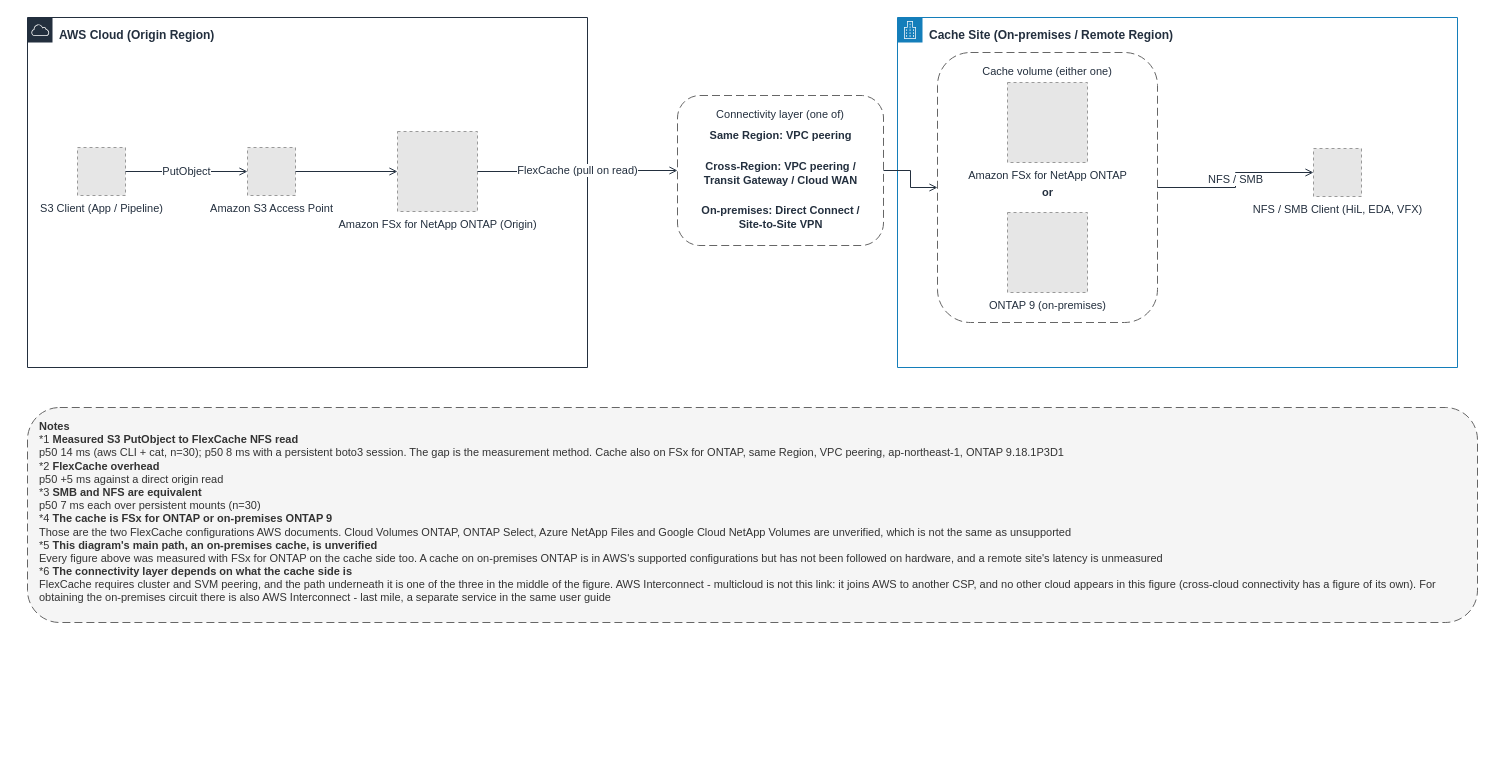
The draw.io diagram docs/_assets/diagrams/s3burst-architecture-overview-en.drawio in Yoshiki0705/S3-Burst-on-ONTAP-Files, before the edit. Source tidied: cells renumbered, new cells numbered last; positions are measured from the earlier drawing's top-left corner, leaving out a move shared by most shapes. Both pictures are drawn from the tidied source at 100%, with x=0, y=0 at pixel (27, 17). Pictures stored in the file or linked from it are replaced by grey dashed boxes.
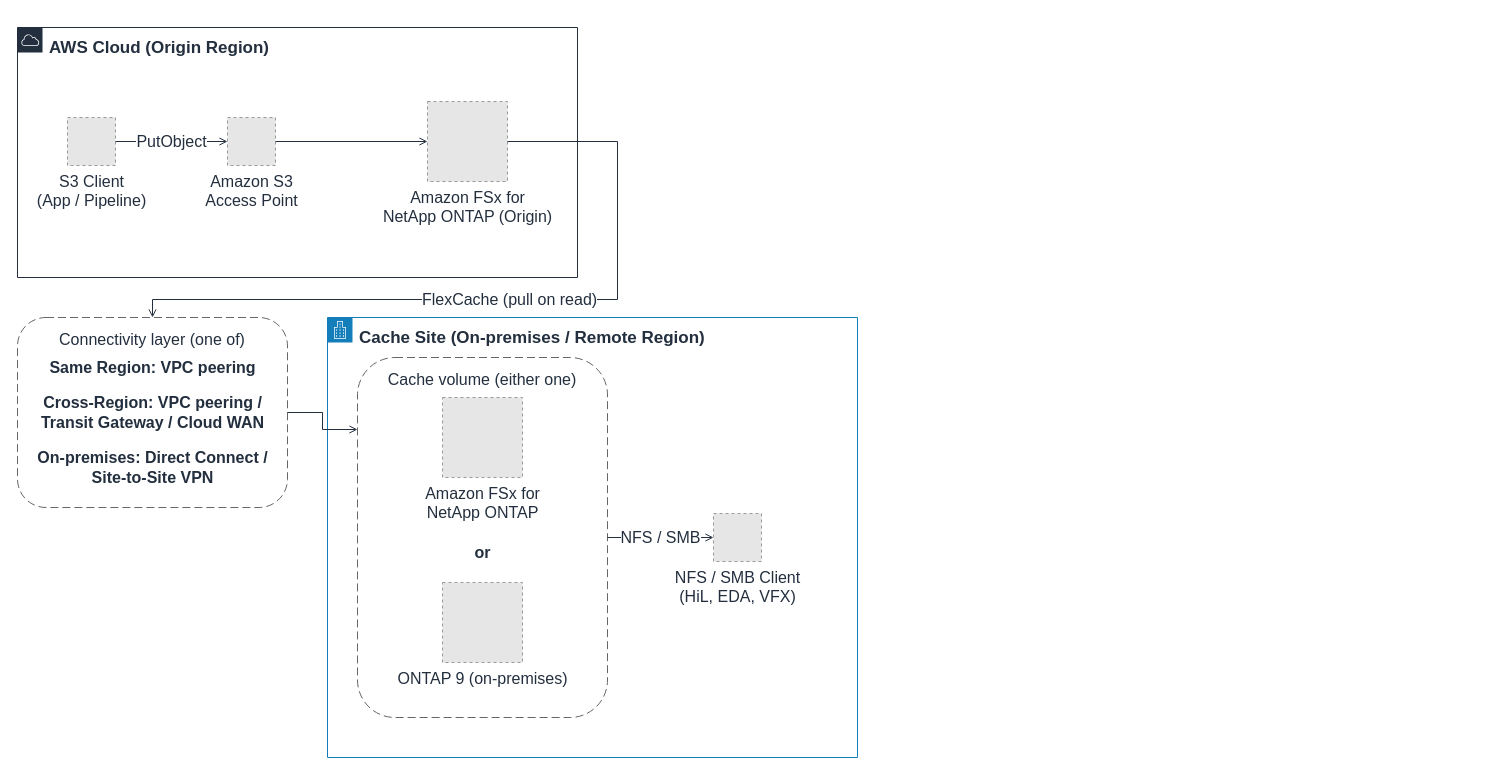
The same page after the edit.

What changed in the source:
```diff
@@
-    <mxCell id="2" value="AWS Cloud (Origin Region)" style="gradientColor=none;html=1;whiteSpace=wrap;fontSize=12;fontStyle=1;fontColor=#232F3E;shape=mxgraph.aws4.group;grIcon=mxgraph.aws4.group_aws_cloud;strokeColor=#232F3E;fillColor=none;verticalAlign=top;align=left;spacingLeft=30;spacingTop=4;dashed=0;" parent="1" vertex="1">
-      <mxGeometry width="560" height="350" as="geometry" />
+    <mxCell id="2" value="AWS Cloud (Origin Region)" style="gradientColor=none;html=1;whiteSpace=wrap;fontSize=17;fontStyle=1;fontColor=#232F3E;shape=mxgraph.aws4.group;grIcon=mxgraph.aws4.group_aws_cloud;strokeColor=#232F3E;fillColor=none;verticalAlign=top;align=left;spacingLeft=30;spacingTop=4;dashed=0;" parent="1" vertex="1">
+      <mxGeometry x="-10" y="10" width="560" height="250" as="geometry" />
     </mxCell>
-    <mxCell id="3" value="Cache Site (On-premises / Remote Region)" style="gradientColor=none;html=1;whiteSpace=wrap;fontSize=12;fontStyle=1;fontColor=#232F3E;shape=mxgraph.aws4.group;grIcon=mxgraph.aws4.group_corporate_data_center;strokeColor=#147EBA;fillColor=none;verticalAlign=top;align=left;spacingLeft=30;spacingTop=4;dashed=0;" parent="1" vertex="1">
-      <mxGeometry x="870" width="560" height="350" as="geometry" />
+    <mxCell id="3" value="Cache Site (On-premises / Remote Region)" style="gradientColor=none;html=1;whiteSpace=wrap;fontSize=17;fontStyle=1;fontColor=#232F3E;shape=mxgraph.aws4.group;grIcon=mxgraph.aws4.group_corporate_data_center;strokeColor=#147EBA;fillColor=none;verticalAlign=top;align=left;spacingLeft=30;spacingTop=4;dashed=0;" parent="1" vertex="1">
+      <mxGeometry x="300" y="300" width="530" height="440" as="geometry" />
     </mxCell>
-    <mxCell id="4" value="Cache volume (either one)" style="rounded=1;whiteSpace=wrap;html=1;dashed=1;dashPattern=8 4;strokeColor=#666666;fillColor=none;fontColor=#232F3E;fontSize=11;verticalAlign=top;align=center;spacingTop=6;" parent="1" vertex="1">
-      <mxGeometry x="910" y="35" width="220" height="270" as="geometry" />
+    <mxCell id="4" value="Cache volume (either one)" style="rounded=1;whiteSpace=wrap;html=1;dashed=1;dashPattern=8 4;strokeColor=#666666;fillColor=none;fontColor=#232F3E;fontSize=16;verticalAlign=top;align=center;spacingTop=6;" parent="1" vertex="1">
+      <mxGeometry x="330" y="340" width="250" height="360" as="geometry" />
     </mxCell>
-    <mxCell id="5" value="Connectivity layer (one of)" style="rounded=1;whiteSpace=wrap;html=1;dashed=1;dashPattern=8 4;strokeColor=#666666;fillColor=none;fontColor=#232F3E;fontSize=11;verticalAlign=top;align=center;spacingTop=6;" parent="1" vertex="1">
-      <mxGeometry x="650" y="78" width="206" height="150" as="geometry" />
+    <mxCell id="5" value="Connectivity layer (one of)" style="rounded=1;whiteSpace=wrap;html=1;dashed=1;dashPattern=8 4;strokeColor=#666666;fillColor=none;fontColor=#232F3E;fontSize=16;verticalAlign=top;align=center;spacingTop=6;" parent="1" vertex="1">
+      <mxGeometry x="-10" y="300" width="270" height="190" as="geometry" />
     </mxCell>
-    <mxCell id="6" value="or" style="text;html=1;strokeColor=none;fillColor=none;align=center;verticalAlign=middle;fontSize=11;fontStyle=1;fontColor=#232F3E;" parent="1" vertex="1">
-      <mxGeometry x="970" y="165" width="100" height="20" as="geometry" />
+    <mxCell id="6" value="or" style="text;html=1;strokeColor=none;fillColor=none;align=center;verticalAlign=middle;fontSize=16;fontStyle=1;fontColor=#232F3E;" parent="1" vertex="1">
+      <mxGeometry x="420" y="525" width="70" height="20" as="geometry" />
     </mxCell>
-    <mxCell id="7" value="Same Region: VPC peering" style="text;html=1;strokeColor=none;fillColor=none;align=center;verticalAlign=middle;fontSize=11;fontStyle=1;fontColor=#232F3E;" parent="1" vertex="1">
-      <mxGeometry x="658" y="108" width="190" height="20" as="geometry" />
+    <mxCell id="7" value="Same Region: VPC peering" style="text;html=1;strokeColor=none;fillColor=none;align=center;verticalAlign=middle;fontSize=16;fontStyle=1;fontColor=#232F3E;" parent="1" vertex="1">
+      <mxGeometry x="5" y="340" width="240" height="20" as="geometry" />
     </mxCell>
-    <mxCell id="8" value="Cross-Region: VPC peering /&lt;br&gt;Transit Gateway / Cloud WAN" style="text;html=1;strokeColor=none;fillColor=none;align=center;verticalAlign=middle;fontSize=11;fontStyle=1;fontColor=#232F3E;" parent="1" vertex="1">
-      <mxGeometry x="658" y="140" width="190" height="32" as="geometry" />
+    <mxCell id="8" value="Cross-Region: VPC peering /&lt;br&gt;Transit Gateway / Cloud WAN" style="text;html=1;strokeColor=none;fillColor=none;align=center;verticalAlign=middle;fontSize=16;fontStyle=1;fontColor=#232F3E;" parent="1" vertex="1">
+      <mxGeometry x="5" y="375" width="240" height="40" as="geometry" />
     </mxCell>
-    <mxCell id="9" value="On-premises: Direct Connect /&lt;br&gt;Site-to-Site VPN" style="text;html=1;strokeColor=none;fillColor=none;align=center;verticalAlign=middle;fontSize=11;fontStyle=1;fontColor=#232F3E;" parent="1" vertex="1">
-      <mxGeometry x="658" y="184" width="190" height="32" as="geometry" />
+    <mxCell id="9" value="On-premises: Direct Connect /&lt;br&gt;Site-to-Site VPN" style="text;html=1;strokeColor=none;fillColor=none;align=center;verticalAlign=middle;fontSize=16;fontStyle=1;fontColor=#232F3E;" parent="1" vertex="1">
+      <mxGeometry x="5" y="430" width="240" height="40" as="geometry" />
     </mxCell>
-    <mxCell id="10" value="S3 Client (App / Pipeline)" style="fillColor=#E6E6E6;strokeColor=#999999;dashed=1;html=1;verticalLabelPosition=bottom;verticalAlign=top;labelPosition=center;align=center;fontSize=11;fontColor=#232F3E;" parent="1" vertex="1">
-      <mxGeometry x="50" y="130" width="48" height="48" as="geometry" />
+    <mxCell id="10" value="S3 Client&#10;(App / Pipeline)" style="fillColor=#E6E6E6;strokeColor=#999999;dashed=1;html=1;verticalLabelPosition=bottom;verticalAlign=top;labelPosition=center;align=center;fontSize=16;fontColor=#232F3E;" parent="1" vertex="1">
+      <mxGeometry x="40" y="100" width="48" height="48" as="geometry" />
     </mxCell>
-    <mxCell id="11" value="Amazon S3 Access Point" style="fillColor=#E6E6E6;strokeColor=#999999;dashed=1;html=1;verticalLabelPosition=bottom;verticalAlign=top;labelPosition=center;align=center;fontSize=11;fontColor=#232F3E;" parent="1" vertex="1">
-      <mxGeometry x="220" y="130" width="48" height="48" as="geometry" />
+    <mxCell id="11" value="Amazon S3&#10;Access Point" style="fillColor=#E6E6E6;strokeColor=#999999;dashed=1;html=1;verticalLabelPosition=bottom;verticalAlign=top;labelPosition=center;align=center;fontSize=16;fontColor=#232F3E;" parent="1" vertex="1">
+      <mxGeometry x="200" y="100" width="48" height="48" as="geometry" />
     </mxCell>
-    <mxCell id="12" value="Amazon FSx for NetApp ONTAP (Origin)" style="fillColor=#E6E6E6;strokeColor=#999999;dashed=1;html=1;verticalLabelPosition=bottom;verticalAlign=top;labelPosition=center;align=center;fontSize=11;fontColor=#232F3E;" parent="1" vertex="1">
-      <mxGeometry x="370" y="114" width="80" height="80" as="geometry" />
+    <mxCell id="12" value="Amazon FSx for&#10;NetApp ONTAP (Origin)" style="fillColor=#E6E6E6;strokeColor=#999999;dashed=1;html=1;verticalLabelPosition=bottom;verticalAlign=top;labelPosition=center;align=center;fontSize=16;fontColor=#232F3E;" parent="1" vertex="1">
+      <mxGeometry x="400" y="84" width="80" height="80" as="geometry" />
     </mxCell>
-    <mxCell id="13" value="Amazon FSx for NetApp ONTAP" style="fillColor=#E6E6E6;strokeColor=#999999;dashed=1;html=1;verticalLabelPosition=bottom;verticalAlign=top;labelPosition=center;align=center;fontSize=11;fontColor=#232F3E;" parent="1" vertex="1">
-      <mxGeometry x="980" y="65" width="80" height="80" as="geometry" />
+    <mxCell id="13" value="Amazon FSx for&#10;NetApp ONTAP" style="fillColor=#E6E6E6;strokeColor=#999999;dashed=1;html=1;verticalLabelPosition=bottom;verticalAlign=top;labelPosition=center;align=center;fontSize=16;fontColor=#232F3E;" parent="1" vertex="1">
+      <mxGeometry x="415" y="380" width="80" height="80" as="geometry" />
     </mxCell>
-    <mxCell id="14" value="ONTAP 9 (on-premises)" style="fillColor=#E6E6E6;strokeColor=#999999;dashed=1;html=1;verticalLabelPosition=bottom;verticalAlign=top;labelPosition=center;align=center;fontSize=11;fontColor=#232F3E;" parent="1" vertex="1">
-      <mxGeometry x="980" y="195" width="80" height="80" as="geometry" />
+    <mxCell id="14" value="ONTAP 9 (on-premises)" style="fillColor=#E6E6E6;strokeColor=#999999;dashed=1;html=1;verticalLabelPosition=bottom;verticalAlign=top;labelPosition=center;align=center;fontSize=16;fontColor=#232F3E;" parent="1" vertex="1">
+      <mxGeometry x="415" y="565" width="80" height="80" as="geometry" />
     </mxCell>
-    <mxCell id="15" value="NFS / SMB Client (HiL, EDA, VFX)" style="fillColor=#E6E6E6;strokeColor=#999999;dashed=1;html=1;verticalLabelPosition=bottom;verticalAlign=top;labelPosition=center;align=center;fontSize=11;fontColor=#232F3E;" parent="1" vertex="1">
-      <mxGeometry x="1286" y="131" width="48" height="48" as="geometry" />
+    <mxCell id="15" value="NFS / SMB Client&#10;(HiL, EDA, VFX)" style="fillColor=#E6E6E6;strokeColor=#999999;dashed=1;html=1;verticalLabelPosition=bottom;verticalAlign=top;labelPosition=center;align=center;fontSize=16;fontColor=#232F3E;" parent="1" vertex="1">
+      <mxGeometry x="686" y="496" width="48" height="48" as="geometry" />
     </mxCell>
-    <mxCell id="16" value="PutObject" style="edgeStyle=orthogonalEdgeStyle;rounded=0;html=1;endArrow=open;endFill=0;strokeColor=#232F3E;strokeWidth=1;fontSize=11;fontColor=#232F3E;" parent="1" edge="1" source="10" target="11">
+    <mxCell id="16" value="PutObject" style="edgeStyle=orthogonalEdgeStyle;rounded=0;html=1;endArrow=open;endFill=0;strokeColor=#232F3E;strokeWidth=1;fontSize=16;fontColor=#232F3E;" parent="1" edge="1" source="10" target="11">
       <mxGeometry relative="1" as="geometry" />
     </mxCell>
-    <mxCell id="17" style="edgeStyle=orthogonalEdgeStyle;rounded=0;html=1;endArrow=open;endFill=0;strokeColor=#232F3E;strokeWidth=1;fontSize=11;fontColor=#232F3E;" parent="1" edge="1" source="11" target="12">
+    <mxCell id="17" style="edgeStyle=orthogonalEdgeStyle;rounded=0;html=1;endArrow=open;endFill=0;strokeColor=#232F3E;strokeWidth=1;fontSize=16;fontColor=#232F3E;" parent="1" edge="1" source="11" target="12">
       <mxGeometry relative="1" as="geometry" />
     </mxCell>
-    <mxCell id="18" value="FlexCache (pull on read)" style="edgeStyle=orthogonalEdgeStyle;rounded=0;html=1;endArrow=open;endFill=0;strokeColor=#232F3E;strokeWidth=1;fontSize=11;fontColor=#232F3E;" parent="1" edge="1" source="12" target="5">
-      <mxGeometry relative="1" as="geometry" />
+    <mxCell id="18" value="FlexCache (pull on read)" style="edgeStyle=orthogonalEdgeStyle;rounded=0;html=1;endArrow=open;endFill=0;strokeColor=#232F3E;strokeWidth=1;fontSize=16;fontColor=#232F3E;exitX=1;exitY=0.5;exitDx=0;exitDy=0;entryX=0.5;entryY=0;entryDx=0;entryDy=0;" parent="1" edge="1" source="12" target="5">
+      <mxGeometry relative="1" as="geometry">
+        <Array as="points">
+          <mxPoint x="590" y="124" />
+          <mxPoint x="590" y="282" />
+          <mxPoint x="125" y="282" />
+        </Array>
+      </mxGeometry>
     </mxCell>
-    <mxCell id="19" style="edgeStyle=orthogonalEdgeStyle;rounded=0;html=1;endArrow=open;endFill=0;strokeColor=#232F3E;strokeWidth=1;fontSize=11;fontColor=#232F3E;" parent="1" edge="1" source="5" target="4">
-      <mxGeometry relative="1" as="geometry" />
+    <mxCell id="19" style="edgeStyle=orthogonalEdgeStyle;rounded=0;html=1;endArrow=open;endFill=0;strokeColor=#232F3E;strokeWidth=1;fontSize=16;fontColor=#232F3E;exitX=1;exitY=0.5;exitDx=0;exitDy=0;entryX=0;entryY=0.2;entryDx=0;entryDy=0;" parent="1" edge="1" source="5" target="4">
+      <mxGeometry relative="1" as="geometry">
+        <Array as="points">
+          <mxPoint x="295" y="395" />
+          <mxPoint x="295" y="412" />
+        </Array>
+      </mxGeometry>
     </mxCell>
-    <mxCell id="20" value="NFS / SMB" style="edgeStyle=orthogonalEdgeStyle;rounded=0;html=1;endArrow=open;endFill=0;strokeColor=#232F3E;strokeWidth=1;fontSize=11;fontColor=#232F3E;" parent="1" edge="1" source="4" target="15">
+    <mxCell id="20" value="NFS / SMB" style="edgeStyle=orthogonalEdgeStyle;rounded=0;html=1;endArrow=open;endFill=0;strokeColor=#232F3E;strokeWidth=1;fontSize=16;fontColor=#232F3E;" parent="1" edge="1" source="4" target="15">
       <mxGeometry relative="1" as="geometry" />
     </mxCell>
-    <mxCell id="21" value="&lt;b&gt;Notes&lt;/b&gt;&lt;br&gt;*1 &lt;b&gt;Measured S3 PutObject to FlexCache NFS read&lt;/b&gt;&lt;br&gt;p50 14 ms (aws CLI + cat, n=30); p50 8 ms with a persistent boto3 session. The gap is the measurement method. Cache also on FSx for ONTAP, same Region, VPC peering, ap-northeast-1, ONTAP 9.18.1P3D1&lt;br&gt;*2 &lt;b&gt;FlexCache overhead&lt;/b&gt;&lt;br&gt;p50 +5 ms against a direct origin read&lt;br&gt;*3 &lt;b&gt;SMB and NFS are equivalent&lt;/b&gt;&lt;br&gt;p50 7 ms each over persistent mounts (n=30)&lt;br&gt;*4 &lt;b&gt;The cache is FSx for ONTAP or on-premises ONTAP 9&lt;/b&gt;&lt;br&gt;Those are the two FlexCache configurations AWS documents. Cloud Volumes ONTAP, ONTAP Select, Azure NetApp Files and Google Cloud NetApp Volumes are unverified, which is not the same as unsupported&lt;br&gt;*5 &lt;b&gt;This diagram's main path, an on-premises cache, is unverified&lt;/b&gt;&lt;br&gt;Every figure above was measured with FSx for ONTAP on the cache side too. A cache on on-premises ONTAP is in AWS's supported configurations but has not been followed on hardware, and a remote site's latency is unmeasured&lt;br&gt;*6 &lt;b&gt;The connectivity layer depends on what the cache side is&lt;/b&gt;&lt;br&gt;FlexCache requires cluster and SVM peering, and the path underneath it is one of the three in the middle of the figure. AWS Interconnect - multicloud is not this link: it joins AWS to another CSP, and no other cloud appears in this figure (cross-cloud connectivity has a figure of its own). For obtaining the on-premises circuit there is also AWS Interconnect - last mile, a separate service in the same user guide" style="rounded=1;whiteSpace=wrap;html=1;dashed=1;dashPattern=8 4;strokeColor=#666666;fillColor=#F5F5F5;fontColor=#333333;fontSize=11;align=left;verticalAlign=top;spacingLeft=10;spacingTop=6;" parent="1" vertex="1">
-      <mxGeometry y="390" width="1450" height="215" as="geometry" />
-    </mxCell>
```
